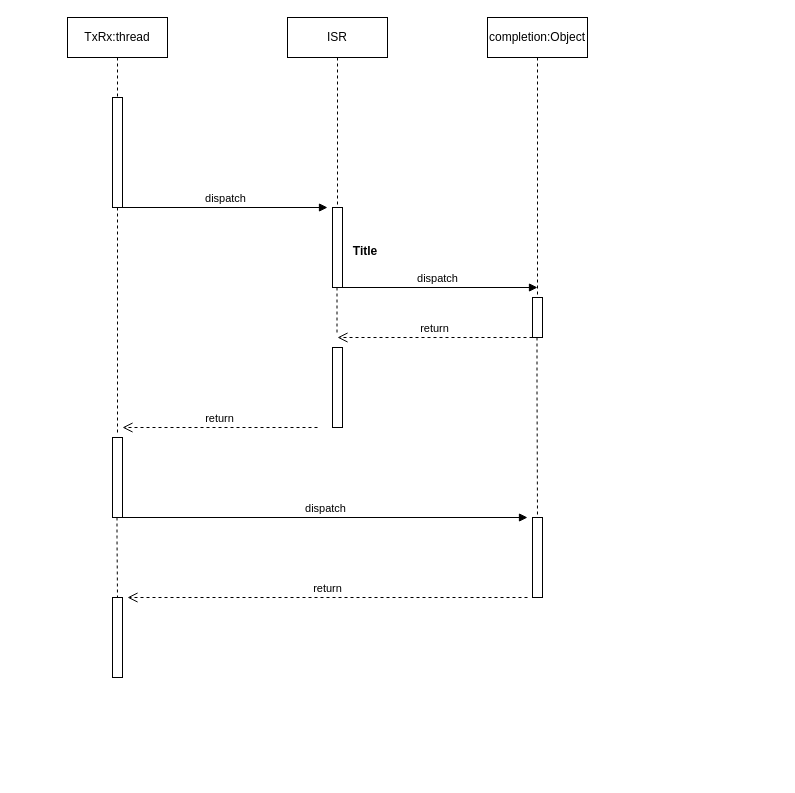
The draw.io diagram page "线程等待后完成传输" (2 of 4) of draw/spi&norflash.drawio in peng-fan/drawio, before the edit. Source tidied: cells renumbered, new cells numbered last; positions are measured from the earlier drawing's top-left corner, leaving out a move shared by most shapes. Both pictures are drawn from the tidied source at 100%, with x=0, y=0 at pixel (67, 17).
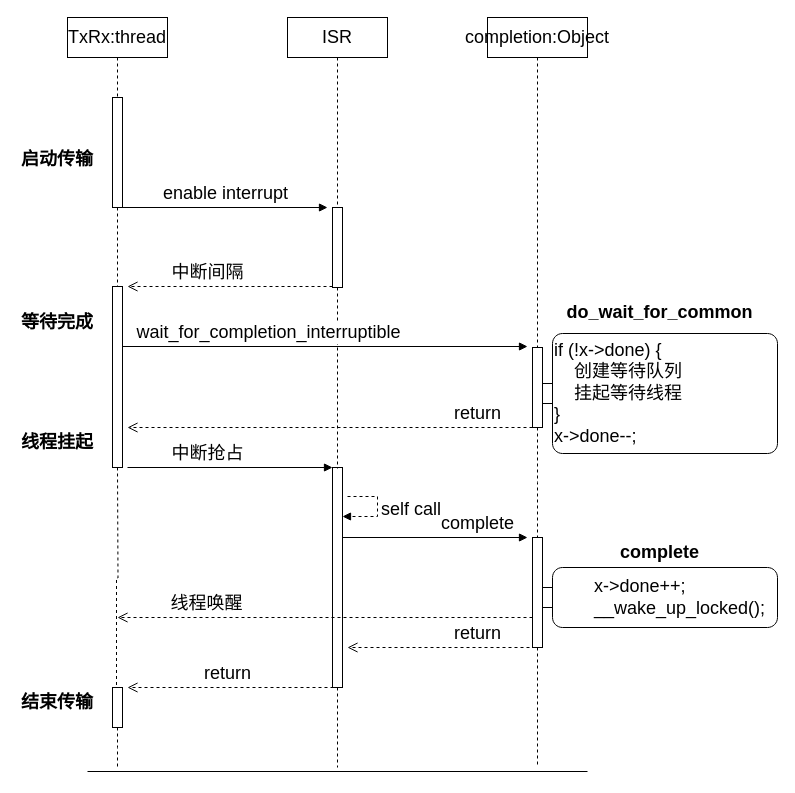
Above is the later version.

Diff of the diagram source:
```diff
@@
-    <mxCell id="2" style="edgeStyle=orthogonalEdgeStyle;rounded=0;jettySize=auto;html=1;endArrow=none;endFill=0;dashed=1;entryX=0.5;entryY=-0.05;entryDx=0;entryDy=0;entryPerimeter=0;" parent="1" edge="1" source="3" target="5">
-      <mxGeometry relative="1" as="geometry" />
-    </mxCell>
-    <mxCell id="3" style="html=1;points=[];perimeter=orthogonalPerimeter;strokeColor=#000000;fillColor=none;" parent="1" vertex="1">
-      <mxGeometry x="45" y="80" width="10" height="110" as="geometry" />
-    </mxCell>
-    <mxCell id="4" value="Title" style="text;align=center;fontStyle=1;verticalAlign=middle;spacingLeft=3;spacingRight=3;strokeColor=none;" parent="1" vertex="1">
-      <mxGeometry x="258" y="220" width="80" height="26" as="geometry" />
-    </mxCell>
-    <mxCell id="5" style="html=1;points=[];perimeter=orthogonalPerimeter;strokeColor=#000000;fillColor=none;" parent="1" vertex="1">
-      <mxGeometry x="45" y="420" width="10" height="80" as="geometry" />
-    </mxCell>
+    <mxCell id="23" style="edgeStyle=orthogonalEdgeStyle;rounded=0;jettySize=auto;html=1;dashed=1;endArrow=none;endFill=0;fontSize=18;" parent="1" edge="1" source="24" target="25">
+      <mxGeometry relative="1" as="geometry" />
+    </mxCell>
+    <mxCell id="24" style="html=1;points=[];perimeter=orthogonalPerimeter;strokeColor=#000000;fillColor=none;fontSize=18;" parent="1" vertex="1">
+      <mxGeometry x="45" y="80" width="10" height="110" as="geometry" />
+    </mxCell>
+    <mxCell id="25" style="html=1;points=[];perimeter=orthogonalPerimeter;strokeColor=#000000;fillColor=none;fontSize=18;" parent="1" vertex="1">
+      <mxGeometry x="45" y="269" width="10" height="181" as="geometry" />
+    </mxCell>
-    <mxCell id="6" value="TxRx:thread" style="shape=umlLifeline;perimeter=lifelinePerimeter;whiteSpace=wrap;html=1;strokeColor=#000000;fillColor=none;" parent="1" vertex="1">
+    <mxCell id="6" value="TxRx:thread" style="shape=umlLifeline;perimeter=lifelinePerimeter;whiteSpace=wrap;html=1;strokeColor=#000000;fillColor=none;fontSize=18;" parent="1" vertex="1">
       <mxGeometry width="100" height="80" as="geometry" />
     </mxCell>
-    <mxCell id="7" value="ISR" style="shape=umlLifeline;perimeter=lifelinePerimeter;whiteSpace=wrap;html=1;strokeColor=#000000;fillColor=none;" parent="1" vertex="1">
+    <mxCell id="7" value="ISR" style="shape=umlLifeline;perimeter=lifelinePerimeter;whiteSpace=wrap;html=1;strokeColor=#000000;fillColor=none;fontSize=18;" parent="1" vertex="1">
       <mxGeometry x="220" width="100" height="190" as="geometry" />
     </mxCell>
-    <mxCell id="8" value="completion:Object" style="shape=umlLifeline;perimeter=lifelinePerimeter;whiteSpace=wrap;html=1;strokeColor=#000000;fillColor=none;" parent="1" vertex="1">
-      <mxGeometry x="420" width="100" height="280" as="geometry" />
+    <mxCell id="8" value="completion:Object" style="shape=umlLifeline;perimeter=lifelinePerimeter;whiteSpace=wrap;html=1;strokeColor=#000000;fillColor=none;fontSize=18;" parent="1" vertex="1">
+      <mxGeometry x="420" width="100" height="330" as="geometry" />
     </mxCell>
-    <mxCell id="9" style="html=1;perimeter=orthogonalPerimeter;strokeColor=#000000;fillColor=none;" parent="1" vertex="1">
-      <mxGeometry x="465" y="280" width="10" height="40" as="geometry" />
-    </mxCell>
-    <mxCell id="10" value="return" style="html=1;verticalAlign=bottom;endArrow=open;dashed=1;endSize=8;" parent="1" edge="1">
-      <mxGeometry relative="1" as="geometry">
-        <mxPoint x="465" y="320" as="sourcePoint" />
-        <mxPoint x="270" y="320" as="targetPoint" />
-      </mxGeometry>
-    </mxCell>
-    <mxCell id="11" value="dispatch" style="html=1;verticalAlign=bottom;endArrow=block;" parent="1" edge="1">
-      <mxGeometry relative="1" as="geometry">
-        <mxPoint x="55" y="190" as="sourcePoint" />
-        <mxPoint x="260" y="190" as="targetPoint" />
-      </mxGeometry>
-    </mxCell>
-    <mxCell id="12" style="html=1;perimeter=orthogonalPerimeter;strokeColor=#000000;fillColor=none;" parent="1" vertex="1">
-      <mxGeometry x="265" y="190" width="10" height="80" as="geometry" />
-    </mxCell>
-    <mxCell id="13" value="dispatch" style="html=1;verticalAlign=bottom;endArrow=block;" parent="1" edge="1">
-      <mxGeometry relative="1" as="geometry">
-        <mxPoint x="270" y="270" as="sourcePoint" />
-        <mxPoint x="470" y="270" as="targetPoint" />
-      </mxGeometry>
-    </mxCell>
-    <mxCell id="14" style="edgeStyle=orthogonalEdgeStyle;rounded=0;orthogonalLoop=1;jettySize=auto;html=1;endArrow=none;endFill=0;dashed=1;entryX=0.5;entryY=-0.05;entryDx=0;entryDy=0;entryPerimeter=0;" parent="1" edge="1">
-      <mxGeometry relative="1" as="geometry">
-        <mxPoint x="269.5" y="270" as="sourcePoint" />
-        <mxPoint x="269.5" y="316" as="targetPoint" />
-      </mxGeometry>
-    </mxCell>
-    <mxCell id="15" style="html=1;perimeter=orthogonalPerimeter;strokeColor=#000000;fillColor=none;" parent="1" vertex="1">
-      <mxGeometry x="265" y="330" width="10" height="80" as="geometry" />
-    </mxCell>
-    <mxCell id="16" value="return" style="html=1;verticalAlign=bottom;endArrow=open;dashed=1;endSize=8;" parent="1" edge="1">
-      <mxGeometry relative="1" as="geometry">
-        <mxPoint x="250" y="410" as="sourcePoint" />
-        <mxPoint x="55" y="410" as="targetPoint" />
-      </mxGeometry>
-    </mxCell>
-    <mxCell id="17" style="html=1;perimeter=orthogonalPerimeter;strokeColor=#000000;fillColor=none;" parent="1" vertex="1">
-      <mxGeometry x="465" y="500" width="10" height="80" as="geometry" />
-    </mxCell>
-    <mxCell id="18" style="edgeStyle=orthogonalEdgeStyle;rounded=0;orthogonalLoop=1;jettySize=auto;html=1;endArrow=none;endFill=0;dashed=1;" parent="1" edge="1">
-      <mxGeometry relative="1" as="geometry">
-        <mxPoint x="469.5" y="320" as="sourcePoint" />
-        <mxPoint x="470" y="500" as="targetPoint" />
-        <Array as="points">
-          <mxPoint x="470" y="370" />
-          <mxPoint x="470" y="370" />
-        </Array>
-      </mxGeometry>
-    </mxCell>
-    <mxCell id="19" value="return" style="html=1;verticalAlign=bottom;endArrow=open;dashed=1;endSize=8;" parent="1" edge="1">
-      <mxGeometry relative="1" as="geometry">
-        <mxPoint x="460" y="580" as="sourcePoint" />
-        <mxPoint x="60" y="580" as="targetPoint" />
-      </mxGeometry>
-    </mxCell>
-    <mxCell id="20" value="dispatch" style="html=1;verticalAlign=bottom;endArrow=block;" parent="1" edge="1">
-      <mxGeometry relative="1" as="geometry">
-        <mxPoint x="55" y="500" as="sourcePoint" />
-        <mxPoint x="460" y="500" as="targetPoint" />
-      </mxGeometry>
-    </mxCell>
-    <mxCell id="21" style="edgeStyle=orthogonalEdgeStyle;rounded=0;orthogonalLoop=1;jettySize=auto;html=1;endArrow=none;endFill=0;dashed=1;" parent="1" edge="1">
-      <mxGeometry relative="1" as="geometry">
-        <mxPoint x="49.5" y="500" as="sourcePoint" />
-        <mxPoint x="50" y="580" as="targetPoint" />
-        <Array as="points">
-          <mxPoint x="50" y="520" />
-          <mxPoint x="50" y="520" />
-        </Array>
-      </mxGeometry>
-    </mxCell>
-    <mxCell id="22" style="html=1;perimeter=orthogonalPerimeter;strokeColor=#000000;fillColor=none;" parent="1" vertex="1">
-      <mxGeometry x="45" y="580" width="10" height="80" as="geometry" />
-    </mxCell>
+    <mxCell id="26" value="enable interrupt" style="html=1;verticalAlign=bottom;endArrow=block;fontSize=18;" parent="1" edge="1">
+      <mxGeometry relative="1" as="geometry">
+        <mxPoint x="55" y="190" as="sourcePoint" />
+        <mxPoint x="260" y="190" as="targetPoint" />
+      </mxGeometry>
+    </mxCell>
+    <mxCell id="27" style="edgeStyle=orthogonalEdgeStyle;rounded=0;jettySize=auto;html=1;entryX=0.5;entryY=-0.025;entryDx=0;entryDy=0;entryPerimeter=0;dashed=1;endArrow=none;endFill=0;fontSize=18;" parent="1" edge="1" source="28">
+      <mxGeometry relative="1" as="geometry">
+        <mxPoint x="270" y="451" as="targetPoint" />
+      </mxGeometry>
+    </mxCell>
+    <mxCell id="28" style="html=1;points=[];perimeter=orthogonalPerimeter;strokeColor=#000000;fillColor=none;fontSize=18;" parent="1" vertex="1">
+      <mxGeometry x="265" y="190" width="10" height="80" as="geometry" />
+    </mxCell>
+    <mxCell id="29" value="中断间隔" style="html=1;verticalAlign=bottom;endArrow=open;dashed=1;endSize=8;fontSize=18;" parent="1" edge="1">
+      <mxGeometry x="0.22" relative="1" as="geometry">
+        <mxPoint x="265" y="269" as="sourcePoint" />
+        <mxPoint x="60" y="269" as="targetPoint" />
+      </mxGeometry>
+    </mxCell>
+    <mxCell id="30" style="edgeStyle=orthogonalEdgeStyle;rounded=0;jettySize=auto;html=1;dashed=1;endArrow=none;endFill=0;fontSize=18;" parent="1" edge="1" source="31">
+      <mxGeometry relative="1" as="geometry">
+        <mxPoint x="470" y="520" as="targetPoint" />
+      </mxGeometry>
+    </mxCell>
+    <mxCell id="31" style="html=1;points=[];perimeter=orthogonalPerimeter;strokeColor=#000000;fillColor=none;fontSize=18;" parent="1" vertex="1">
+      <mxGeometry x="465" y="330" width="10" height="80" as="geometry" />
+    </mxCell>
+    <mxCell id="32" value="return" style="html=1;verticalAlign=bottom;endArrow=open;dashed=1;endSize=8;fontSize=18;" parent="1" edge="1">
+      <mxGeometry x="-0.73" relative="1" as="geometry">
+        <mxPoint x="465" y="410" as="sourcePoint" />
+        <mxPoint x="60" y="410" as="targetPoint" />
+      </mxGeometry>
+    </mxCell>
+    <mxCell id="33" value="wait_for_completion_interruptible" style="html=1;verticalAlign=bottom;endArrow=block;fontSize=18;" parent="1" edge="1">
+      <mxGeometry x="-0.28" relative="1" as="geometry">
+        <mxPoint x="55" y="329" as="sourcePoint" />
+        <mxPoint x="460" y="329" as="targetPoint" />
+      </mxGeometry>
+    </mxCell>
+    <mxCell id="34" style="edgeStyle=orthogonalEdgeStyle;rounded=0;jettySize=auto;html=1;dashed=1;endArrow=none;endFill=0;entryX=0.4;entryY=-0.025;entryDx=0;entryDy=0;entryPerimeter=0;fontSize=18;" parent="1" edge="1" target="53">
+      <mxGeometry relative="1" as="geometry">
+        <mxPoint x="50" y="450" as="sourcePoint" />
+      </mxGeometry>
+    </mxCell>
+    <mxCell id="35" value="启动传输" style="text;align=center;fontStyle=1;verticalAlign=middle;spacingLeft=3;spacingRight=3;strokeColor=none;fillColor=none;fontSize=18;" parent="1" vertex="1">
+      <mxGeometry x="-50" y="127" width="80" height="26" as="geometry" />
+    </mxCell>
+    <mxCell id="36" value="complete" style="text;align=center;fontStyle=1;verticalAlign=middle;spacingLeft=3;spacingRight=3;strokeColor=none;fillColor=none;fontSize=18;" parent="1" vertex="1">
+      <mxGeometry x="552.5" y="520" width="80" height="26" as="geometry" />
+    </mxCell>
+    <mxCell id="37" value="&lt;div style=&quot;font-size: 18px;&quot;&gt;&amp;nbsp; &amp;nbsp; &amp;nbsp; &amp;nbsp; x-&amp;gt;done++;&lt;/div&gt;&lt;div style=&quot;font-size: 18px;&quot;&gt;&amp;nbsp; &amp;nbsp; &amp;nbsp; &amp;nbsp; __wake_up_locked();&lt;/div&gt;" style="shape=mxgraph.uml25.action;html=1;align=left;verticalAlign=middle;absoluteArcSize=1;arcSize=10;dashed=0;spacingLeft=10;flipH=1;strokeColor=#000000;fillColor=none;fontSize=18;" parent="1" vertex="1">
+      <mxGeometry x="475" y="550" width="235" height="60" as="geometry" />
+    </mxCell>
+    <mxCell id="38" value="等待完成" style="text;align=center;fontStyle=1;verticalAlign=middle;spacingLeft=3;spacingRight=3;strokeColor=none;fillColor=none;fontSize=18;" parent="1" vertex="1">
+      <mxGeometry x="-50" y="290" width="80" height="26" as="geometry" />
+    </mxCell>
+    <mxCell id="39" style="line;strokeWidth=1;fillColor=none;align=left;verticalAlign=middle;spacingTop=-1;spacingLeft=3;spacingRight=3;labelPosition=right;fontSize=18;" parent="1" vertex="1">
+      <mxGeometry x="20" y="750" width="500" height="8" as="geometry" />
+    </mxCell>
+    <mxCell id="40" value="线程挂起" style="text;align=center;fontStyle=1;verticalAlign=middle;spacingLeft=3;spacingRight=3;strokeColor=none;fillColor=none;fontSize=18;" parent="1" vertex="1">
+      <mxGeometry x="-50" y="410" width="80" height="26" as="geometry" />
+    </mxCell>
+    <mxCell id="41" value="if (!x-&amp;gt;done) {&lt;br style=&quot;font-size: 18px;&quot;&gt;&amp;nbsp; &amp;nbsp; 创建等待队列&lt;br style=&quot;font-size: 18px;&quot;&gt;&amp;nbsp; &amp;nbsp; 挂起等待线程&lt;br style=&quot;font-size: 18px;&quot;&gt;}&lt;br style=&quot;font-size: 18px;&quot;&gt;x-&amp;gt;done--;" style="shape=mxgraph.uml25.action;html=1;align=left;verticalAlign=middle;absoluteArcSize=1;arcSize=10;dashed=0;spacingLeft=10;flipH=1;strokeColor=#000000;fillColor=none;fontSize=18;" parent="1" vertex="1">
+      <mxGeometry x="475" y="316" width="235" height="120" as="geometry" />
+    </mxCell>
+    <mxCell id="42" value="do_wait_for_common" style="text;align=center;fontStyle=1;verticalAlign=middle;spacingLeft=3;spacingRight=3;strokeColor=none;fillColor=none;fontSize=18;" parent="1" vertex="1">
+      <mxGeometry x="516.2" y="280" width="152.5" height="26" as="geometry" />
+    </mxCell>
+    <mxCell id="43" value="中断抢占" style="html=1;verticalAlign=bottom;endArrow=block;fontSize=18;" parent="1" edge="1">
+      <mxGeometry x="-0.22" relative="1" as="geometry">
+        <mxPoint x="60" y="450" as="sourcePoint" />
+        <mxPoint x="265" y="450" as="targetPoint" />
+      </mxGeometry>
+    </mxCell>
+    <mxCell id="44" style="html=1;perimeter=orthogonalPerimeter;strokeColor=#000000;fillColor=none;fontSize=18;" parent="1" vertex="1">
+      <mxGeometry x="265" y="450" width="10" height="220" as="geometry" />
+    </mxCell>
+    <mxCell id="45" value="self call" style="edgeStyle=orthogonalEdgeStyle;html=1;align=left;spacingLeft=2;endArrow=block;rounded=0;entryX=1;entryY=0;dashed=1;fontSize=18;" parent="1" edge="1">
+      <mxGeometry relative="1" as="geometry">
+        <mxPoint x="280" y="479" as="sourcePoint" />
+        <mxPoint x="275" y="499" as="targetPoint" />
+        <Array as="points">
+          <mxPoint x="310" y="479" />
+          <mxPoint x="310" y="499" />
+        </Array>
+      </mxGeometry>
+    </mxCell>
+    <mxCell id="46" value="complete" style="html=1;verticalAlign=bottom;endArrow=block;fontSize=18;" parent="1" edge="1">
+      <mxGeometry x="0.46" relative="1" as="geometry">
+        <mxPoint x="275" y="520" as="sourcePoint" />
+        <mxPoint x="460" y="520" as="targetPoint" />
+      </mxGeometry>
+    </mxCell>
+    <mxCell id="47" style="edgeStyle=orthogonalEdgeStyle;rounded=0;jettySize=auto;html=1;dashed=1;endArrow=none;endFill=0;fontSize=18;" parent="1" edge="1" source="48">
+      <mxGeometry relative="1" as="geometry">
+        <mxPoint x="470" y="750" as="targetPoint" />
+      </mxGeometry>
+    </mxCell>
+    <mxCell id="48" style="html=1;points=[];perimeter=orthogonalPerimeter;strokeColor=#000000;fillColor=none;fontSize=18;" parent="1" vertex="1">
+      <mxGeometry x="465" y="520" width="10" height="110" as="geometry" />
+    </mxCell>
+    <mxCell id="49" value="线程唤醒" style="html=1;verticalAlign=bottom;endArrow=open;dashed=1;endSize=8;fontSize=18;" parent="1" edge="1">
+      <mxGeometry x="0.57" relative="1" as="geometry">
+        <mxPoint x="465" y="600" as="sourcePoint" />
+        <mxPoint x="50" y="600" as="targetPoint" />
+      </mxGeometry>
+    </mxCell>
+    <mxCell id="50" style="edgeStyle=orthogonalEdgeStyle;rounded=0;orthogonalLoop=1;jettySize=auto;html=1;dashed=1;endArrow=none;endFill=0;fontSize=18;" parent="1" edge="1">
+      <mxGeometry relative="1" as="geometry">
+        <mxPoint x="270" y="670" as="sourcePoint" />
+        <mxPoint x="270" y="750" as="targetPoint" />
+      </mxGeometry>
+    </mxCell>
+    <mxCell id="51" value="return" style="html=1;verticalAlign=bottom;endArrow=open;dashed=1;endSize=8;fontSize=18;" parent="1" edge="1">
+      <mxGeometry x="0.03" relative="1" as="geometry">
+        <mxPoint x="266" y="670" as="sourcePoint" />
+        <mxPoint x="60" y="670" as="targetPoint" />
+      </mxGeometry>
+    </mxCell>
+    <mxCell id="52" style="edgeStyle=orthogonalEdgeStyle;rounded=0;jettySize=auto;html=1;dashed=1;endArrow=none;endFill=0;fontSize=18;" parent="1" edge="1" source="53">
+      <mxGeometry relative="1" as="geometry">
+        <mxPoint x="50" y="750" as="targetPoint" />
+      </mxGeometry>
+    </mxCell>
+    <mxCell id="53" style="html=1;points=[];perimeter=orthogonalPerimeter;strokeColor=#000000;fillColor=none;fontSize=18;" parent="1" vertex="1">
+      <mxGeometry x="45" y="670" width="10" height="40" as="geometry" />
+    </mxCell>
+    <mxCell id="54" value="return" style="html=1;verticalAlign=bottom;endArrow=open;dashed=1;endSize=8;exitX=0.3;exitY=1;exitDx=0;exitDy=0;exitPerimeter=0;fontSize=18;" parent="1" edge="1" source="48">
+      <mxGeometry x="-0.38" relative="1" as="geometry">
+        <mxPoint x="280" y="630" as="targetPoint" />
+      </mxGeometry>
+    </mxCell>
+    <mxCell id="55" value="结束传输" style="text;align=center;fontStyle=1;verticalAlign=middle;spacingLeft=3;spacingRight=3;strokeColor=none;fillColor=none;fontSize=18;" parent="1" vertex="1">
+      <mxGeometry x="-50" y="670" width="80" height="26" as="geometry" />
+    </mxCell>
```
